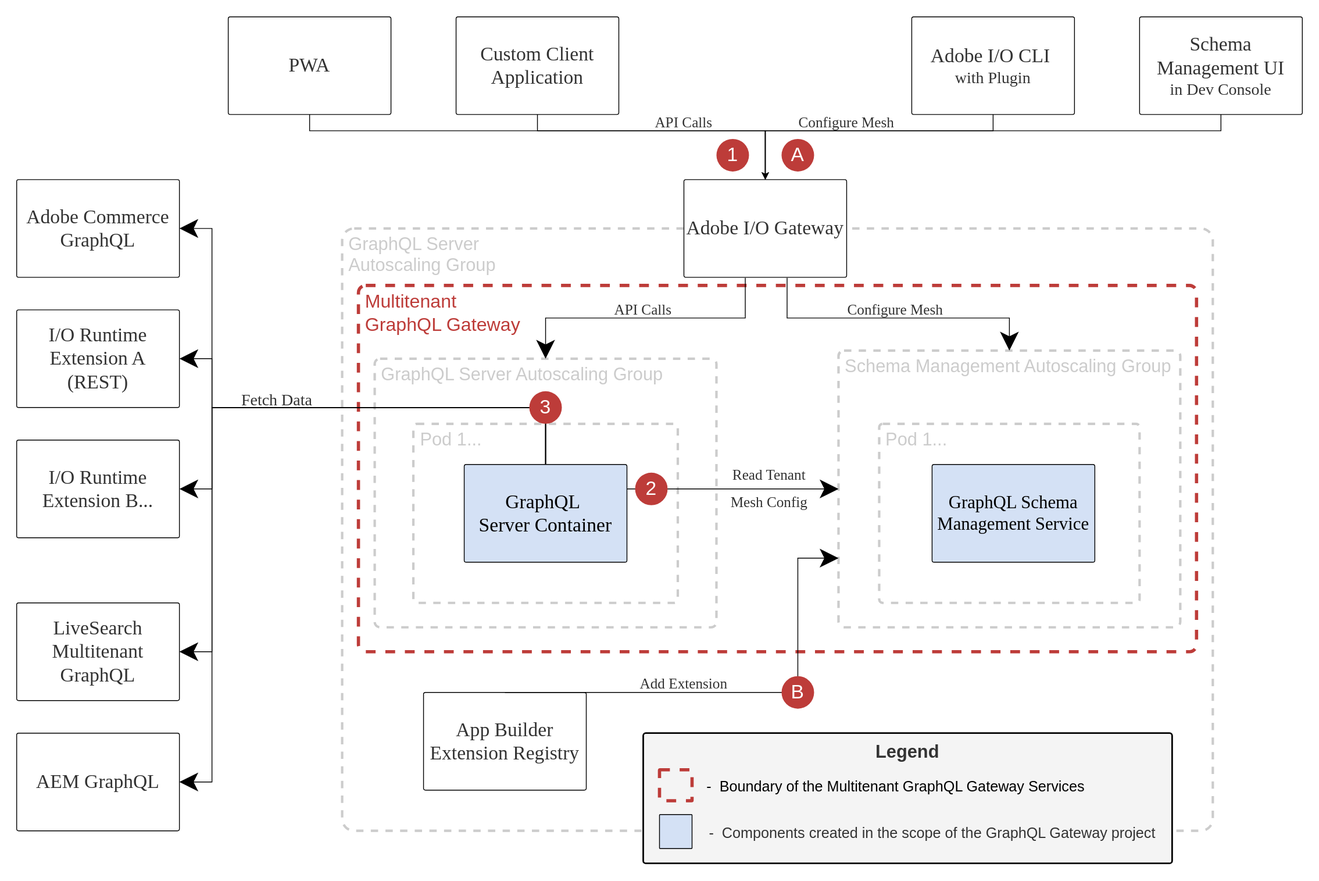
Earlier version of the draw.io export src/pages/guides/images/adobe-graph-architecture.svg (AdobeDocs/graphql-mesh-gateway). Source tidied: cells renumbered, new cells last; positions are measured from the earlier drawing's top-left corner, leaving out a move shared by most shapes.
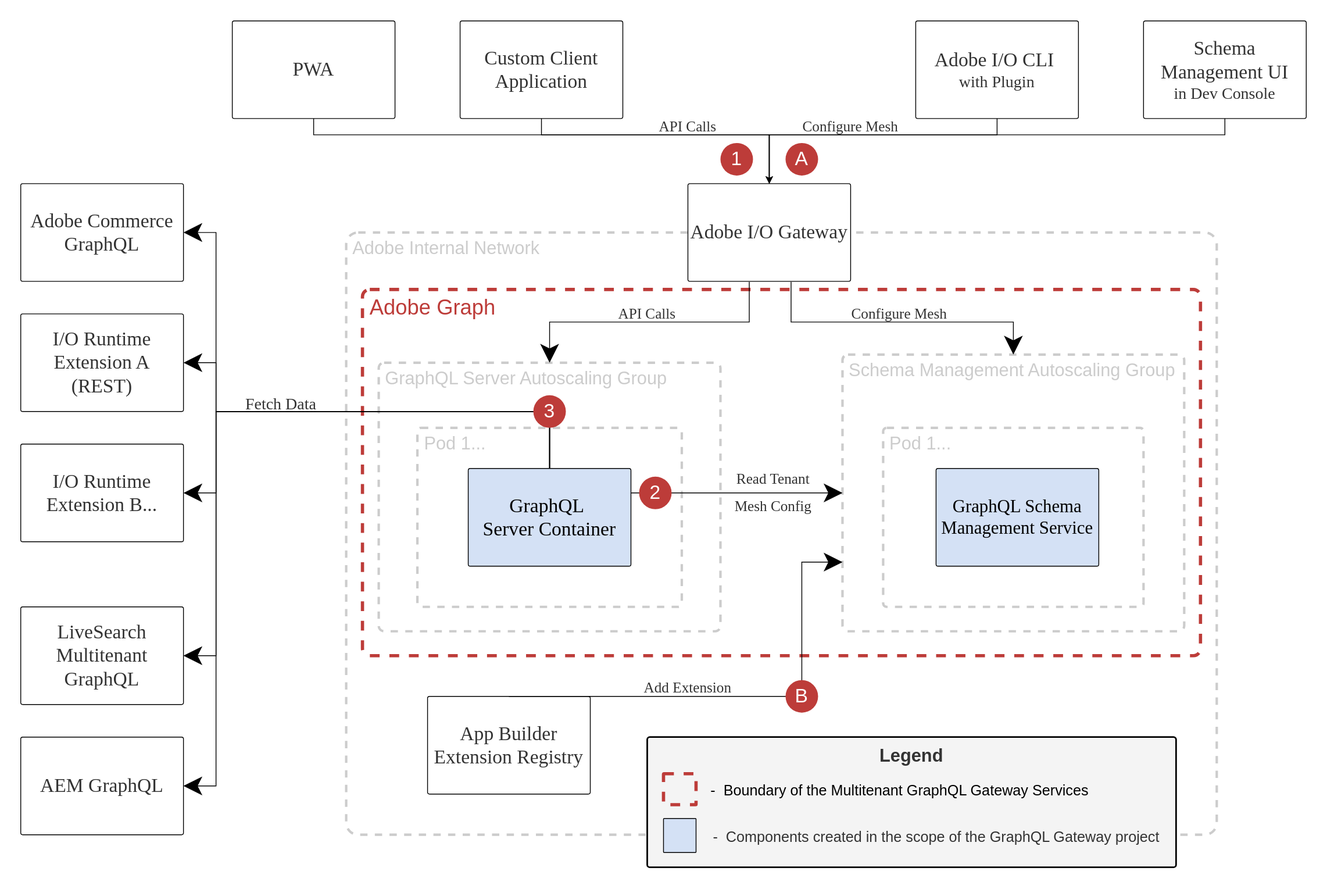
Above is the later version.

Diff of the diagram source:
```diff
@@ -2,10 +2,10 @@
   <root>
     <mxCell id="0" />
     <mxCell id="1" parent="0" />
-    <mxCell id="2" value=" GraphQL Server &#10; Autoscaling Group" style="rounded=1;arcSize=2;fillColor=default;strokeColor=#CCCCCC;fontFamily=Helvetica;fontSize=22;perimeter=rectanglePerimeter;shadow=0;fontColor=#CCCCCC;dashed=1;align=left;verticalAlign=top;whiteSpace=wrap;strokeWidth=3;" parent="1" vertex="1">
+    <mxCell id="2" value=" Adobe Internal Network" style="rounded=1;arcSize=2;fillColor=default;strokeColor=#CCCCCC;fontFamily=Helvetica;fontSize=22;perimeter=rectanglePerimeter;shadow=0;fontColor=#CCCCCC;dashed=1;align=left;verticalAlign=top;whiteSpace=wrap;strokeWidth=3;" parent="1" vertex="1">
       <mxGeometry x="400" y="260" width="1070" height="740" as="geometry" />
     </mxCell>
-    <mxCell id="3" value=" Multitenant &#10; GraphQL Gateway" style="rounded=1;arcSize=2;fontFamily=Helvetica;fontSize=23;perimeter=rectanglePerimeter;shadow=0;dashed=1;align=left;verticalAlign=top;whiteSpace=wrap;strokeWidth=4;fillColor=none;strokeColor=#BD3C39;fontColor=#BD3C39;" parent="1" vertex="1">
+    <mxCell id="3" value=" Adobe Graph" style="rounded=1;arcSize=2;fontFamily=Helvetica;fontSize=26;perimeter=rectanglePerimeter;shadow=0;dashed=1;align=left;verticalAlign=top;whiteSpace=wrap;strokeWidth=4;fillColor=none;strokeColor=#BD3C39;fontColor=#BD3C39;" parent="1" vertex="1">
       <mxGeometry x="420" y="330" width="1030" height="450" as="geometry" />
     </mxCell>
     <mxCell id="4" value=" Schema Management Autoscaling Group" style="rounded=1;arcSize=2;fillColor=default;strokeColor=#CCCCCC;fontFamily=Helvetica;fontSize=22;perimeter=rectanglePerimeter;shadow=0;fontColor=#CCCCCC;dashed=1;align=left;verticalAlign=top;whiteSpace=wrap;strokeWidth=3;" parent="1" vertex="1">
```
